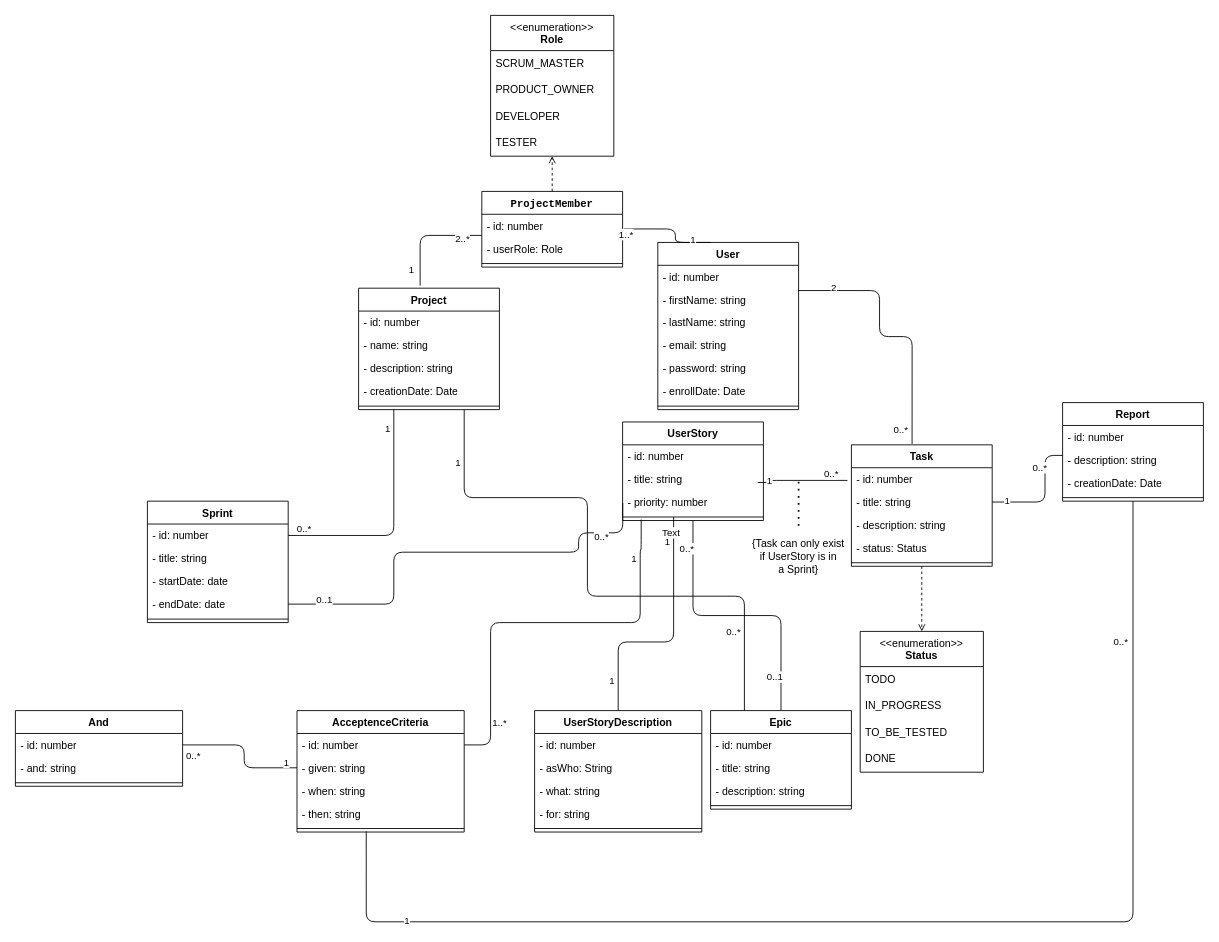
Earlier version of the draw.io diagram docs/classDiag.drawio (tawfiqAK17/SprintFlow). Source tidied: cells renumbered, new cells numbered last; positions are measured from the earlier drawing's top-left corner, leaving out a move shared by most shapes. Both pictures are drawn from the tidied source at 88%, with x=0, y=0 at pixel (15, 15).
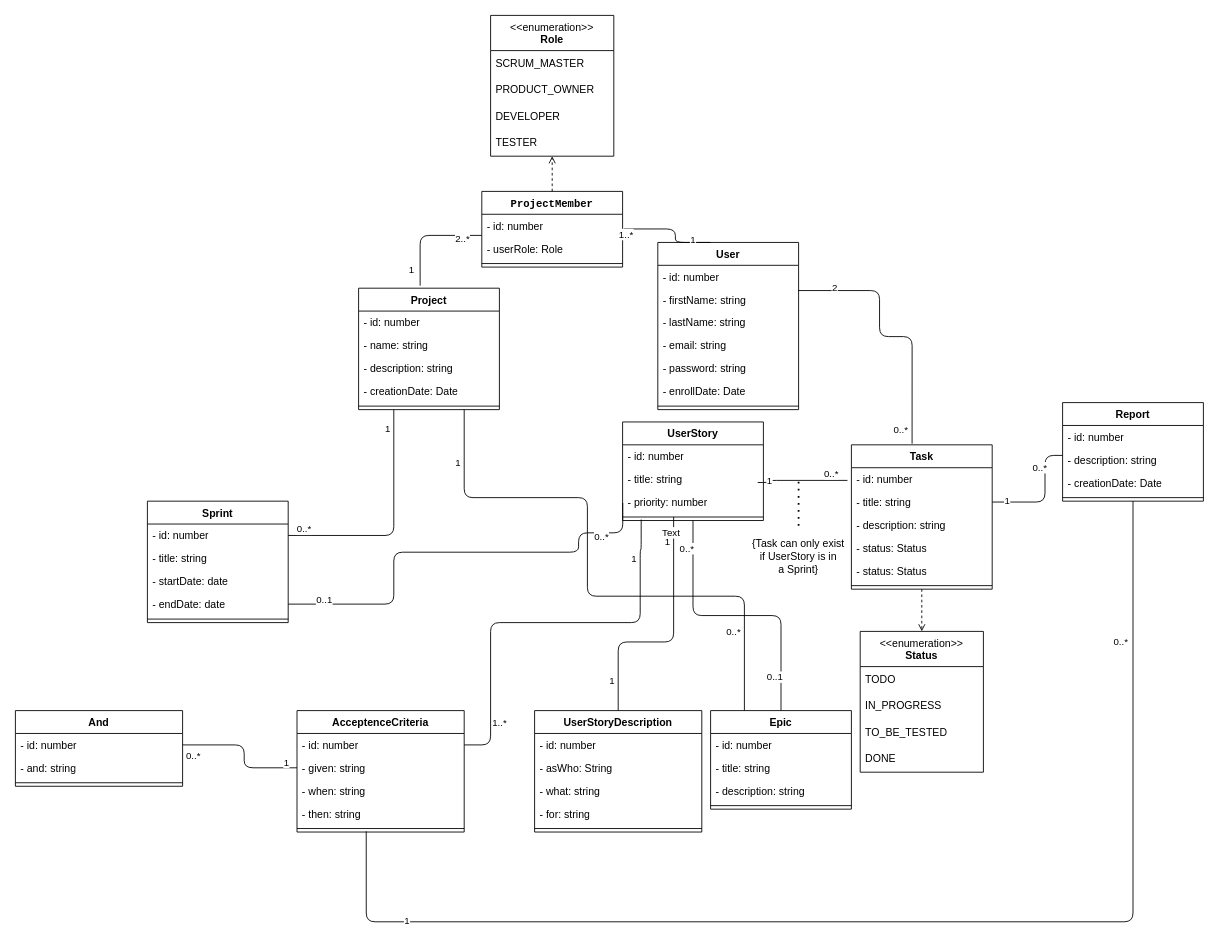
The same page after the edit.

The edit, as a diff of the source:
```diff
@@
     <mxCell id="32" value="Task" style="swimlane;fontStyle=1;align=center;verticalAlign=top;horizontal=1;startSize=26;whiteSpace=wrap;html=1;" parent="1" vertex="1">
-      <mxGeometry x="950" y="488" width="160" height="138" as="geometry" />
+      <mxGeometry x="950" y="488" width="160" height="164" as="geometry" />
     </mxCell>
@@
+    <mxCell id="116" value="- status: Status" style="text;strokeColor=none;fillColor=none;align=left;verticalAlign=top;spacingLeft=4;spacingRight=4;overflow=hidden;whiteSpace=wrap;html=1;" parent="32" vertex="1">
+      <mxGeometry y="130" width="160" height="26" as="geometry" />
+    </mxCell>
     <mxCell id="37" style="line;strokeWidth=1;fillColor=none;align=left;verticalAlign=middle;spacingTop=-1;spacingLeft=3;spacingRight=3;labelPosition=right;strokeColor=inherit;" parent="32" vertex="1">
-      <mxGeometry y="130" width="160" height="8" as="geometry" />
+      <mxGeometry y="156" width="160" height="8" as="geometry" />
     </mxCell>
```
